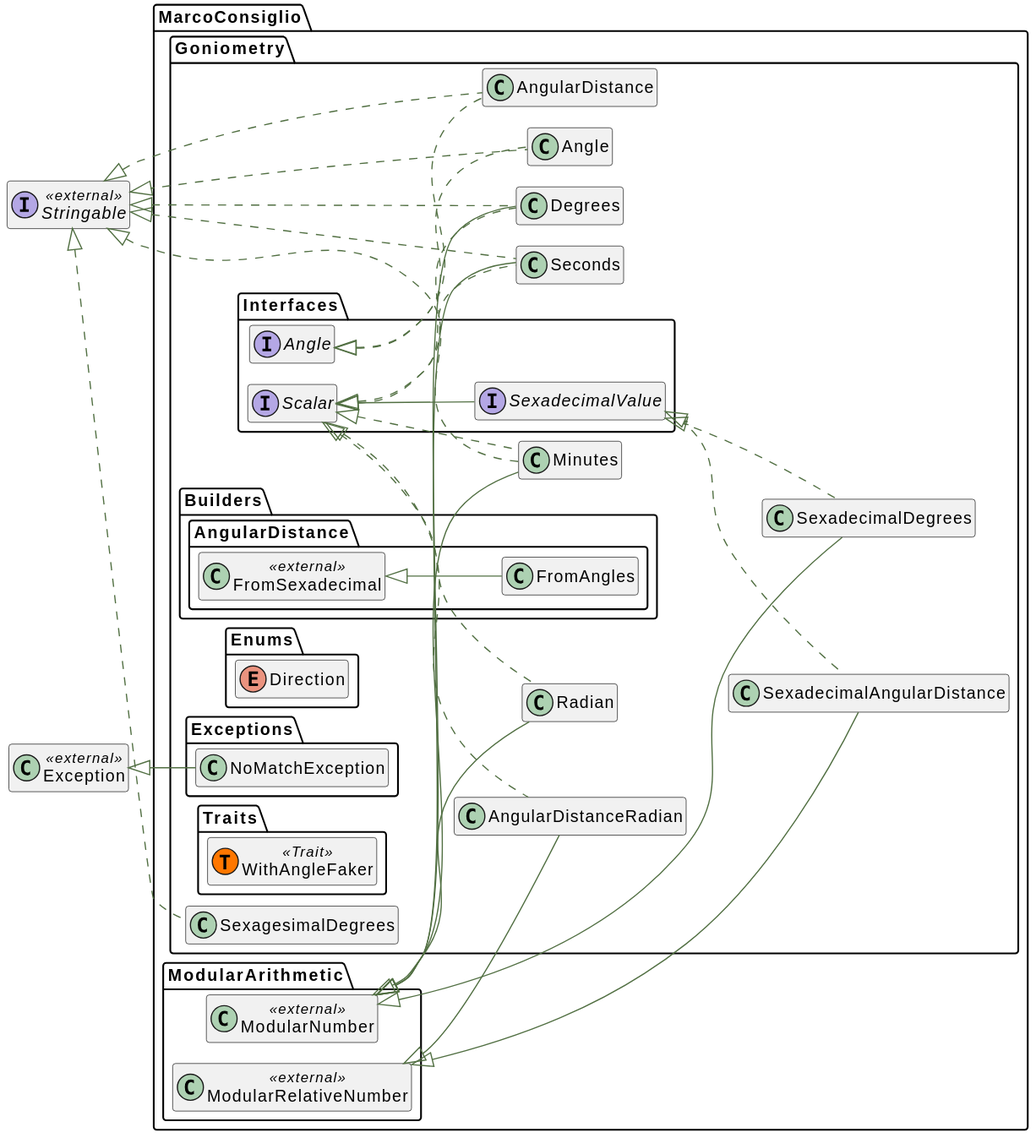
Above: docs/html/graphs/classes.svg in MarcoConsiglio/goniometry (PlantUML), before the change. The source it was exported from:
```plantuml
@startuml
!pragma layout smetana
   skinparam ArrowColor #516f42
   skinparam activityBorderColor #516f42
   skinparam activityBackgroundColor #ffffff
   skinparam activityDiamondBorderColor #516f42
   skinparam activityDiamondBackgroundColor #ffffff
   skinparam shadowing false

skinparam shadowing false
skinparam linetype ortho
hide empty members
left to right direction
set namespaceSeparator \\

namespace MarcoConsiglio\\Goniometry\\Interfaces {
    interface "Angle" as Angle__interface  {
    }
}
interface "Stringable" as Stringable__class << external >>{
}
namespace MarcoConsiglio\\Goniometry {
     class "Angle" as Angle__class    implements \\MarcoConsiglio\\Goniometry\\Interfaces\\Angle__interface,\\Stringable__class {
    }
}
namespace MarcoConsiglio\\Goniometry {
     class "AngularDistance" as AngularDistance__class    implements \\MarcoConsiglio\\Goniometry\\Interfaces\\Angle__interface,\\Stringable__class {
    }
}
namespace MarcoConsiglio\\ModularArithmetic {
    class "ModularRelativeNumber" as ModularRelativeNumber__class << external >>{
    }
}
namespace MarcoConsiglio\\Goniometry\\Interfaces {
    interface "Scalar" as Scalar__interface  {
    }
}
namespace MarcoConsiglio\\Goniometry {
     class "AngularDistanceRadian" as AngularDistanceRadian__class   extends \\MarcoConsiglio\\ModularArithmetic\\ModularRelativeNumber__class  implements \\MarcoConsiglio\\Goniometry\\Interfaces\\Scalar__interface {
    }
}
namespace MarcoConsiglio\\ModularArithmetic {
    class "ModularNumber" as ModularNumber__class << external >>{
    }
}
namespace MarcoConsiglio\\Goniometry {
     class "Degrees" as Degrees__class   extends \\MarcoConsiglio\\ModularArithmetic\\ModularNumber__class  implements \\Stringable__class,\\MarcoConsiglio\\Goniometry\\Interfaces\\Scalar__interface {
    }
}
namespace MarcoConsiglio\\Goniometry {
     class "Minutes" as Minutes__class   extends \\MarcoConsiglio\\ModularArithmetic\\ModularNumber__class  implements \\Stringable__class,\\MarcoConsiglio\\Goniometry\\Interfaces\\Scalar__interface {
    }
}
namespace MarcoConsiglio\\Goniometry {
     class "Radian" as Radian__class   extends \\MarcoConsiglio\\ModularArithmetic\\ModularNumber__class  implements \\MarcoConsiglio\\Goniometry\\Interfaces\\Scalar__interface {
    }
}
namespace MarcoConsiglio\\Goniometry {
     class "Seconds" as Seconds__class   extends \\MarcoConsiglio\\ModularArithmetic\\ModularNumber__class  implements \\Stringable__class,\\MarcoConsiglio\\Goniometry\\Interfaces\\Scalar__interface {
    }
}
namespace MarcoConsiglio\\Goniometry\\Interfaces {
    interface "SexadecimalValue" as SexadecimalValue__interface  extends \\MarcoConsiglio\\Goniometry\\Interfaces\\Scalar__interface {
    }
}
namespace MarcoConsiglio\\Goniometry {
     class "SexadecimalAngularDistance" as SexadecimalAngularDistance__class   extends \\MarcoConsiglio\\ModularArithmetic\\ModularRelativeNumber__class  implements \\MarcoConsiglio\\Goniometry\\Interfaces\\SexadecimalValue__interface {
    }
}
namespace MarcoConsiglio\\Goniometry {
     class "SexadecimalDegrees" as SexadecimalDegrees__class   extends \\MarcoConsiglio\\ModularArithmetic\\ModularNumber__class  implements \\MarcoConsiglio\\Goniometry\\Interfaces\\SexadecimalValue__interface {
    }
}
namespace MarcoConsiglio\\Goniometry {
     class "SexagesimalDegrees" as SexagesimalDegrees__class    implements \\Stringable__class {
    }
}
namespace MarcoConsiglio\\Goniometry\\Builders\\AngularDistance {
    class "FromSexadecimal" as FromSexadecimal__class << external >>{
    }
}
namespace MarcoConsiglio\\Goniometry\\Builders\\AngularDistance {
     class "FromAngles" as FromAngles__class   extends \\MarcoConsiglio\\Goniometry\\Builders\\AngularDistance\\FromSexadecimal__class  {
    }
}
namespace MarcoConsiglio\\Goniometry\\Enums {
    enum "Direction" as Direction__enum {
    }
}
class "Exception" as Exception__class << external >>{
}
namespace MarcoConsiglio\\Goniometry\\Exceptions {
     class "NoMatchException" as NoMatchException__class   extends \\Exception__class  {
    }
}
namespace MarcoConsiglio\\Goniometry\\Traits {
    class "WithAngleFaker"  as WithAngleFaker__trait << (T,#FF7700) Trait >> {
    }
}
@enduml
```
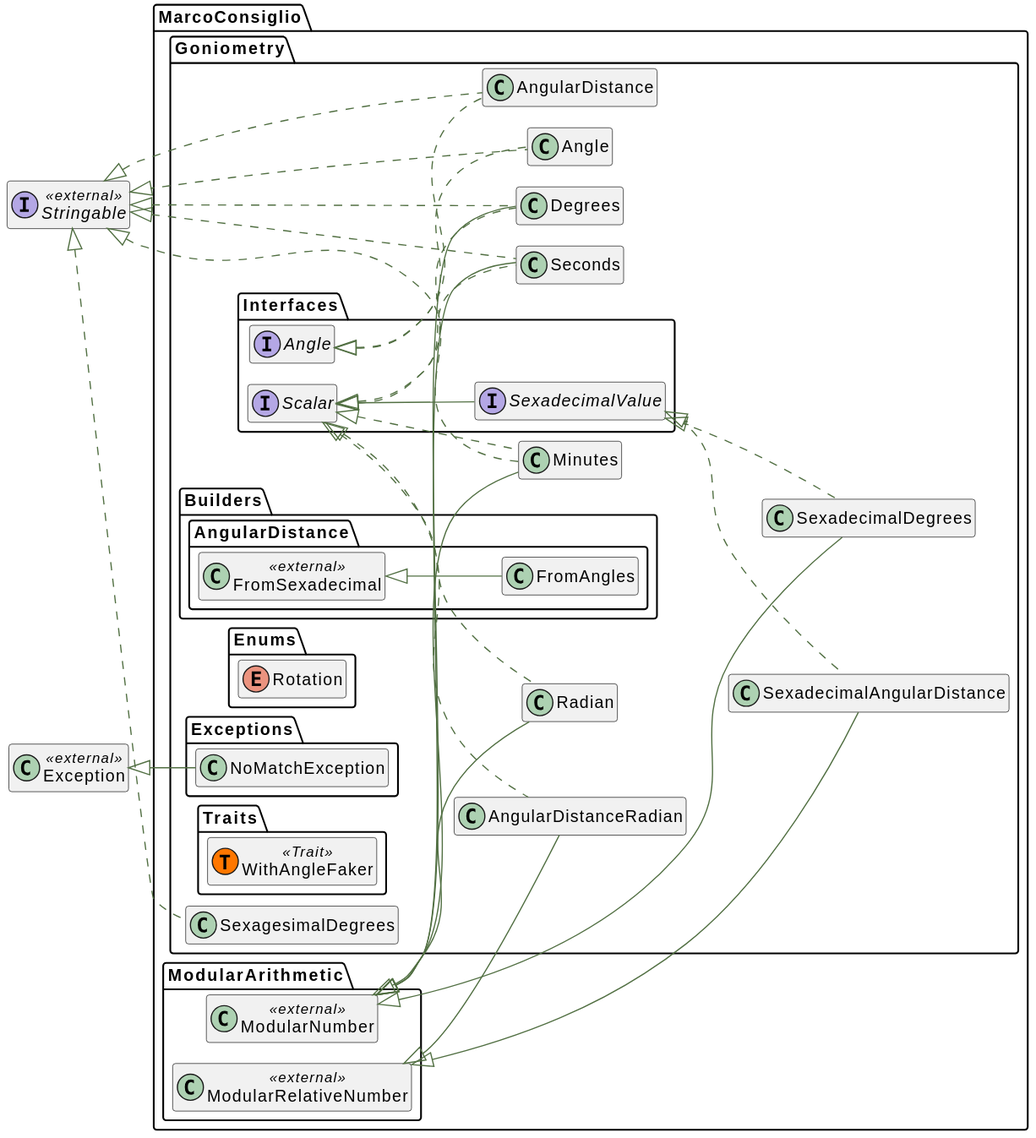
After the change.

The edit, as a diff of the source:
```diff
@@ -84,7 +84,7 @@
     }
 }
 namespace MarcoConsiglio\\Goniometry\\Enums {
-    enum "Direction" as Direction__enum {
+    enum "Rotation" as Rotation__enum {
     }
 }
 class "Exception" as Exception__class << external >>{
```
